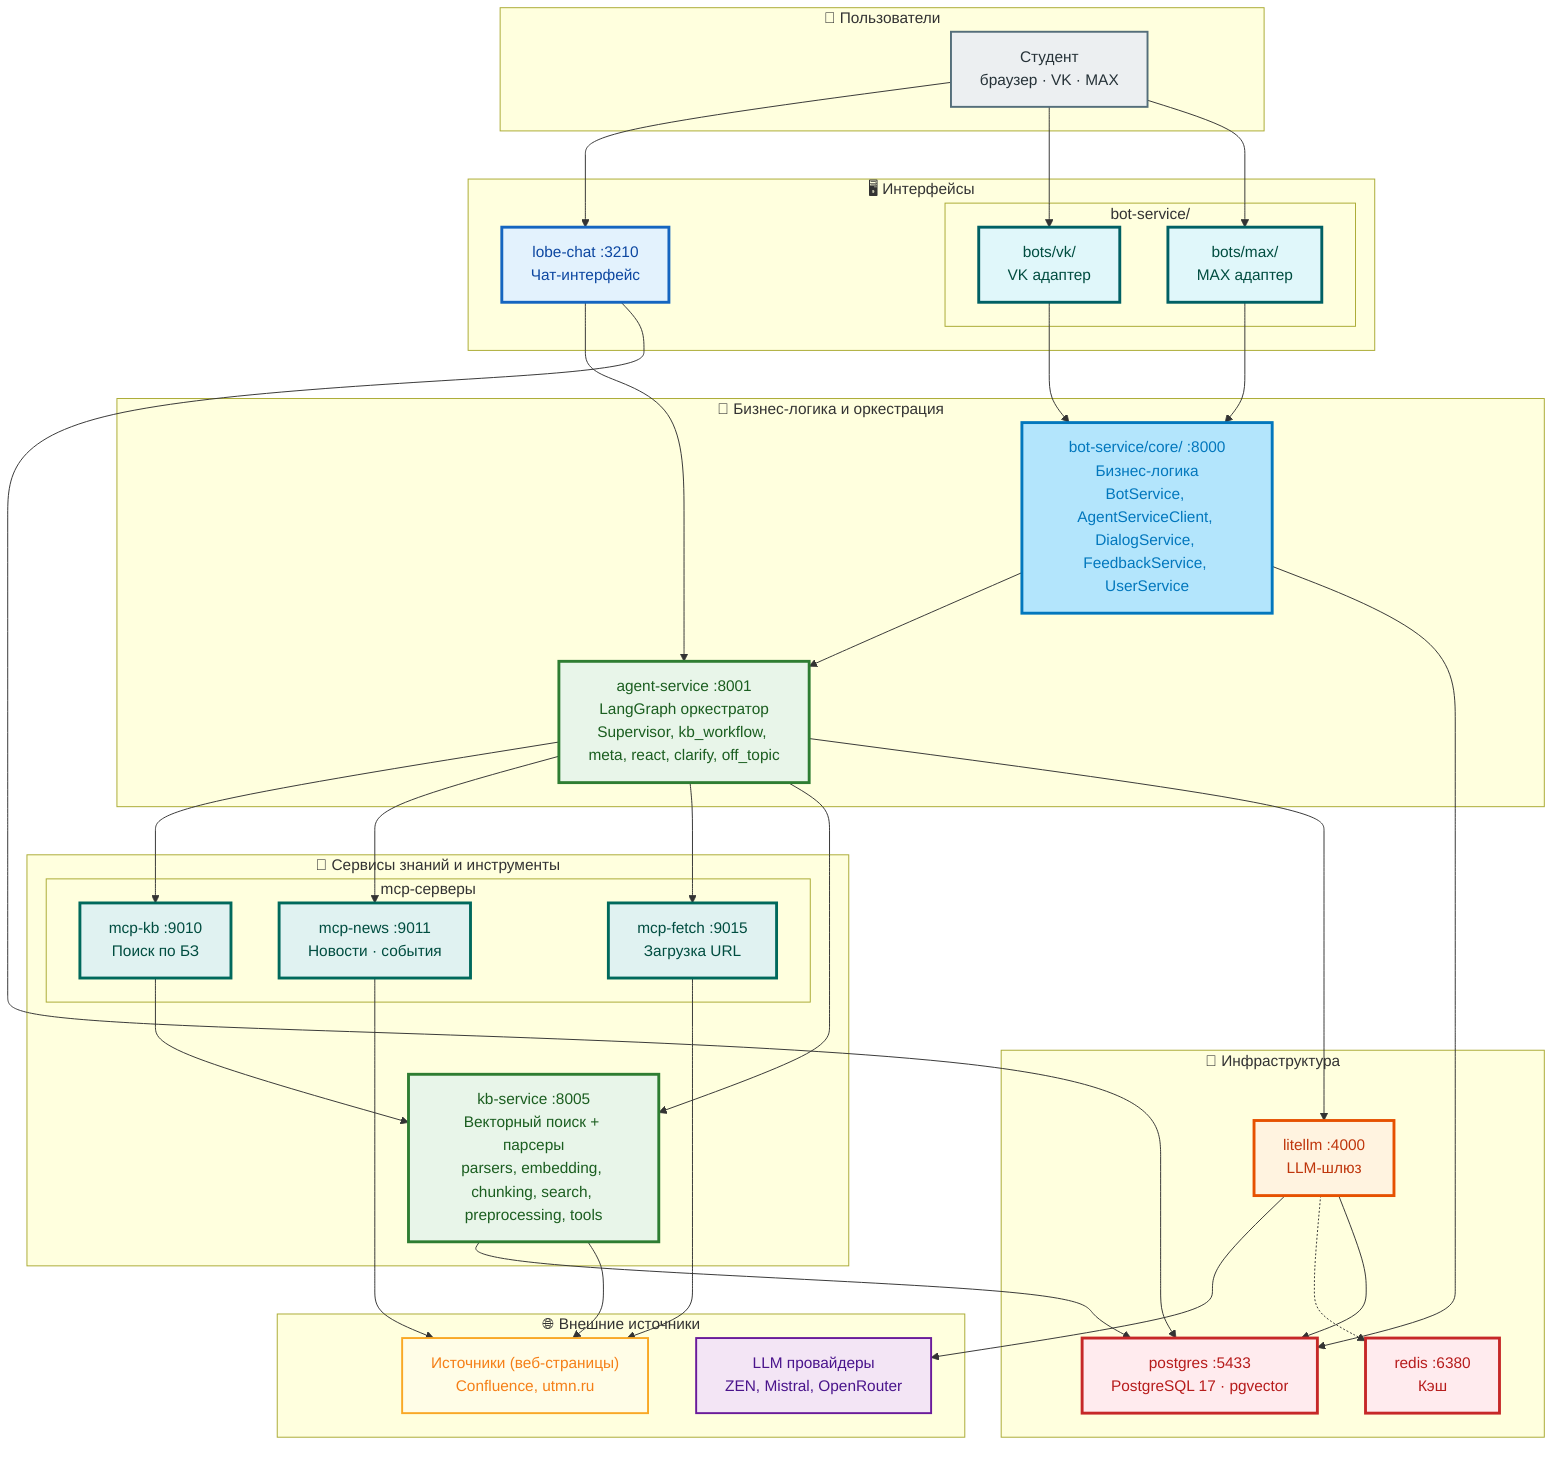
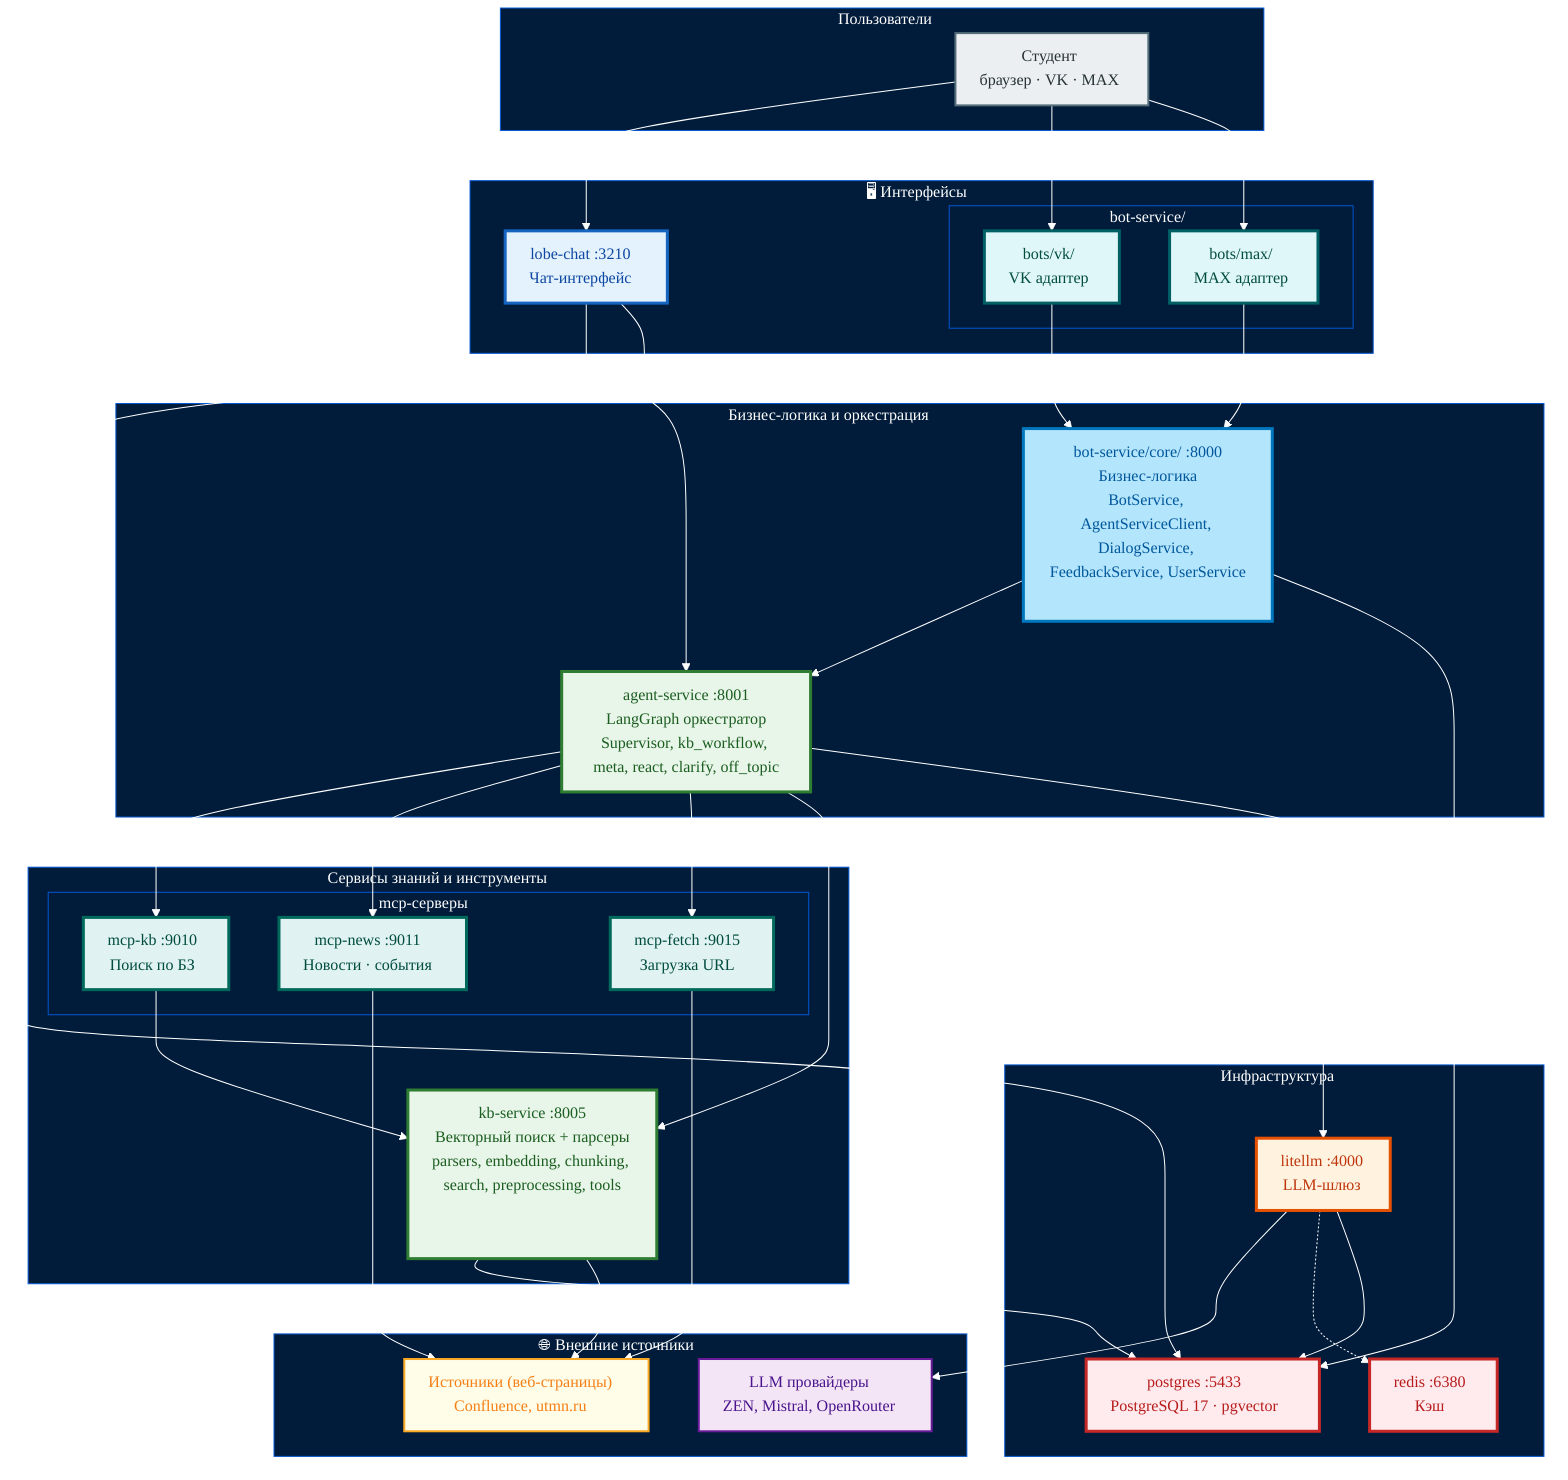
+ %%{
+   init: {
+     'theme': 'base',
+     'themeVariables': {
+       'background': '#011B3A',
+       'primaryColor': '#032B50',
+       'primaryTextColor': '#FFFFFF',
+       'primaryBorderColor': '#046CE0',
+       'lineColor': '#FFFFFF',
+       'secondaryColor': '#021E39',
+       'tertiaryColor': '#021E39',
+       'clusterBkg': '#011B3A',
+       'clusterBorder': '#0357D2',
+       'nodeBorder': '#046CE0',
+       'nodeTextColor': '#FFFFFF',
+       'edgeLabelBackground': '#032B50',
+       'edgeLabelColor': '#FFFFFF',
+       'titleColor': '#FFFFFF',
+       'fontFamily': 'Aptos, sans-serif'
+     },
+     'flowchart': {
+       'htmlLabels': true,
+       'curve': 'basis',
+       'padding': 12
+     }
+   }
+ }%%
+ 
flowchart TB
    %% Styles
    classDef interface fill:#E3F2FD,stroke:#1565C0,stroke-width:3px,color:#0D47A1
    classDef adapt fill:#E0F7FA,stroke:#006064,stroke-width:3px,color:#004D40
-     classDef core fill:#B3E5FC,stroke:#0277BD,stroke-width:3px,color:#0277BD
+     classDef core fill:#B3E5FC,stroke:#0277BD,stroke-width:3px,color:#01579B
    classDef ms fill:#E8F5E9,stroke:#2E7D32,stroke-width:3px,color:#1B5E20
    classDef gateway fill:#FFF3E0,stroke:#E65100,stroke-width:3px,color:#BF360C
    classDef storage fill:#FFEBEE,stroke:#C62828,stroke-width:3px,color:#B71C1C
    classDef tool fill:#E0F2F1,stroke:#00695C,stroke-width:3px,color:#004D40
    classDef client fill:#ECEFF1,stroke:#546E7A,stroke-width:2px,color:#263238
    classDef provider fill:#F3E5F5,stroke:#6A1B9A,stroke-width:2px,color:#4A148C
    classDef external fill:#FFFDE7,stroke:#F9A825,stroke-width:2px,color:#F57F17
-     classDef future fill:#E8EAF6,stroke:#3F51B5,stroke-width:2px,stroke-dasharray:5 5,color:#1A237E

    %% ==============================
    %% ПОЛЬЗОВАТЕЛИ
    %% ==============================
    subgraph Users["👤 Пользователи"]
        STUDENT["Студент<br/>браузер · VK · MAX"]:::client
    end

    %% ==============================
    %% ИНТЕРФЕЙСЫ
    %% ==============================
    subgraph Interfaces["🖥️ Интерфейсы"]
        LOBE["lobe-chat :3210<br/>Чат-интерфейс"]:::interface

        subgraph BotService["bot-service/"]
            BVK["bots/vk/<br/>VK адаптер"]:::adapt
            BMX["bots/max/<br/>MAX адаптер"]:::adapt
        end
    end

    %% ==============================
    %% БИЗНЕС-ЛОГИКА
    %% ==============================
    subgraph Core["🧠 Бизнес-логика и оркестрация"]
        BC["bot-service/core/ :8000<br/>Бизнес-логика<br/>BotService, AgentServiceClient, DialogService, FeedbackService, UserService"]:::core

        AS["agent-service :8001<br/>LangGraph оркестратор<br/>Supervisor, kb_workflow, meta, react, clarify, off_topic"]:::ms
    end

    %% ==============================
    %% ЗНАНИЯ
    %% ==============================
    subgraph Knowledge["🔧 Сервисы знаний и инструменты"]
        subgraph MCP["mcp-серверы"]
            MCPKB["mcp-kb :9010<br/>Поиск по БЗ"]:::tool
            MCPN["mcp-news :9011<br/>Новости · события"]:::tool
            MCPF["mcp-fetch :9015<br/>Загрузка URL"]:::tool
        end

        KB["kb-service :8005<br/>Векторный поиск + парсеры<br/>parsers, embedding, chunking, search, preprocessing, tools"]:::ms
    end

    %% ==============================
    %% ИНФРАСТРУКТУРА
    %% ==============================
    subgraph Infra["💾 Инфраструктура"]
        LLM["litellm :4000<br/>LLM-шлюз"]:::gateway
        PG["postgres :5433<br/>PostgreSQL 17 · pgvector"]:::storage
        RD["redis :6380<br/>Кэш"]:::storage
    end

    %% ==============================
    %% ВНЕШНИЕ
    %% ==============================
    subgraph External["🌐 Внешние источники"]
        EXTSRC["Источники (веб-страницы)<br/>Confluence, utmn.ru"]:::external
        LLM_EXT["LLM провайдеры<br/>ZEN, Mistral, OpenRouter"]:::provider
    end

    %% ==============================
    %% СВЯЗИ
    %% ==============================
    STUDENT --> LOBE
    STUDENT --> BVK
    STUDENT --> BMX

    BVK --> BC
    BMX --> BC
    LOBE --> AS
    BC --> AS

    AS --> MCPKB
    AS --> MCPN
    AS --> MCPF
    AS --> KB
    AS --> LLM

    MCPKB --> KB
    MCPN --> EXTSRC
    MCPF --> EXTSRC

    KB --> PG
    KB --> EXTSRC

    LLM --> LLM_EXT
    LLM -.-> RD
    LLM --> PG

    LOBE --> PG
    BC --> PG
